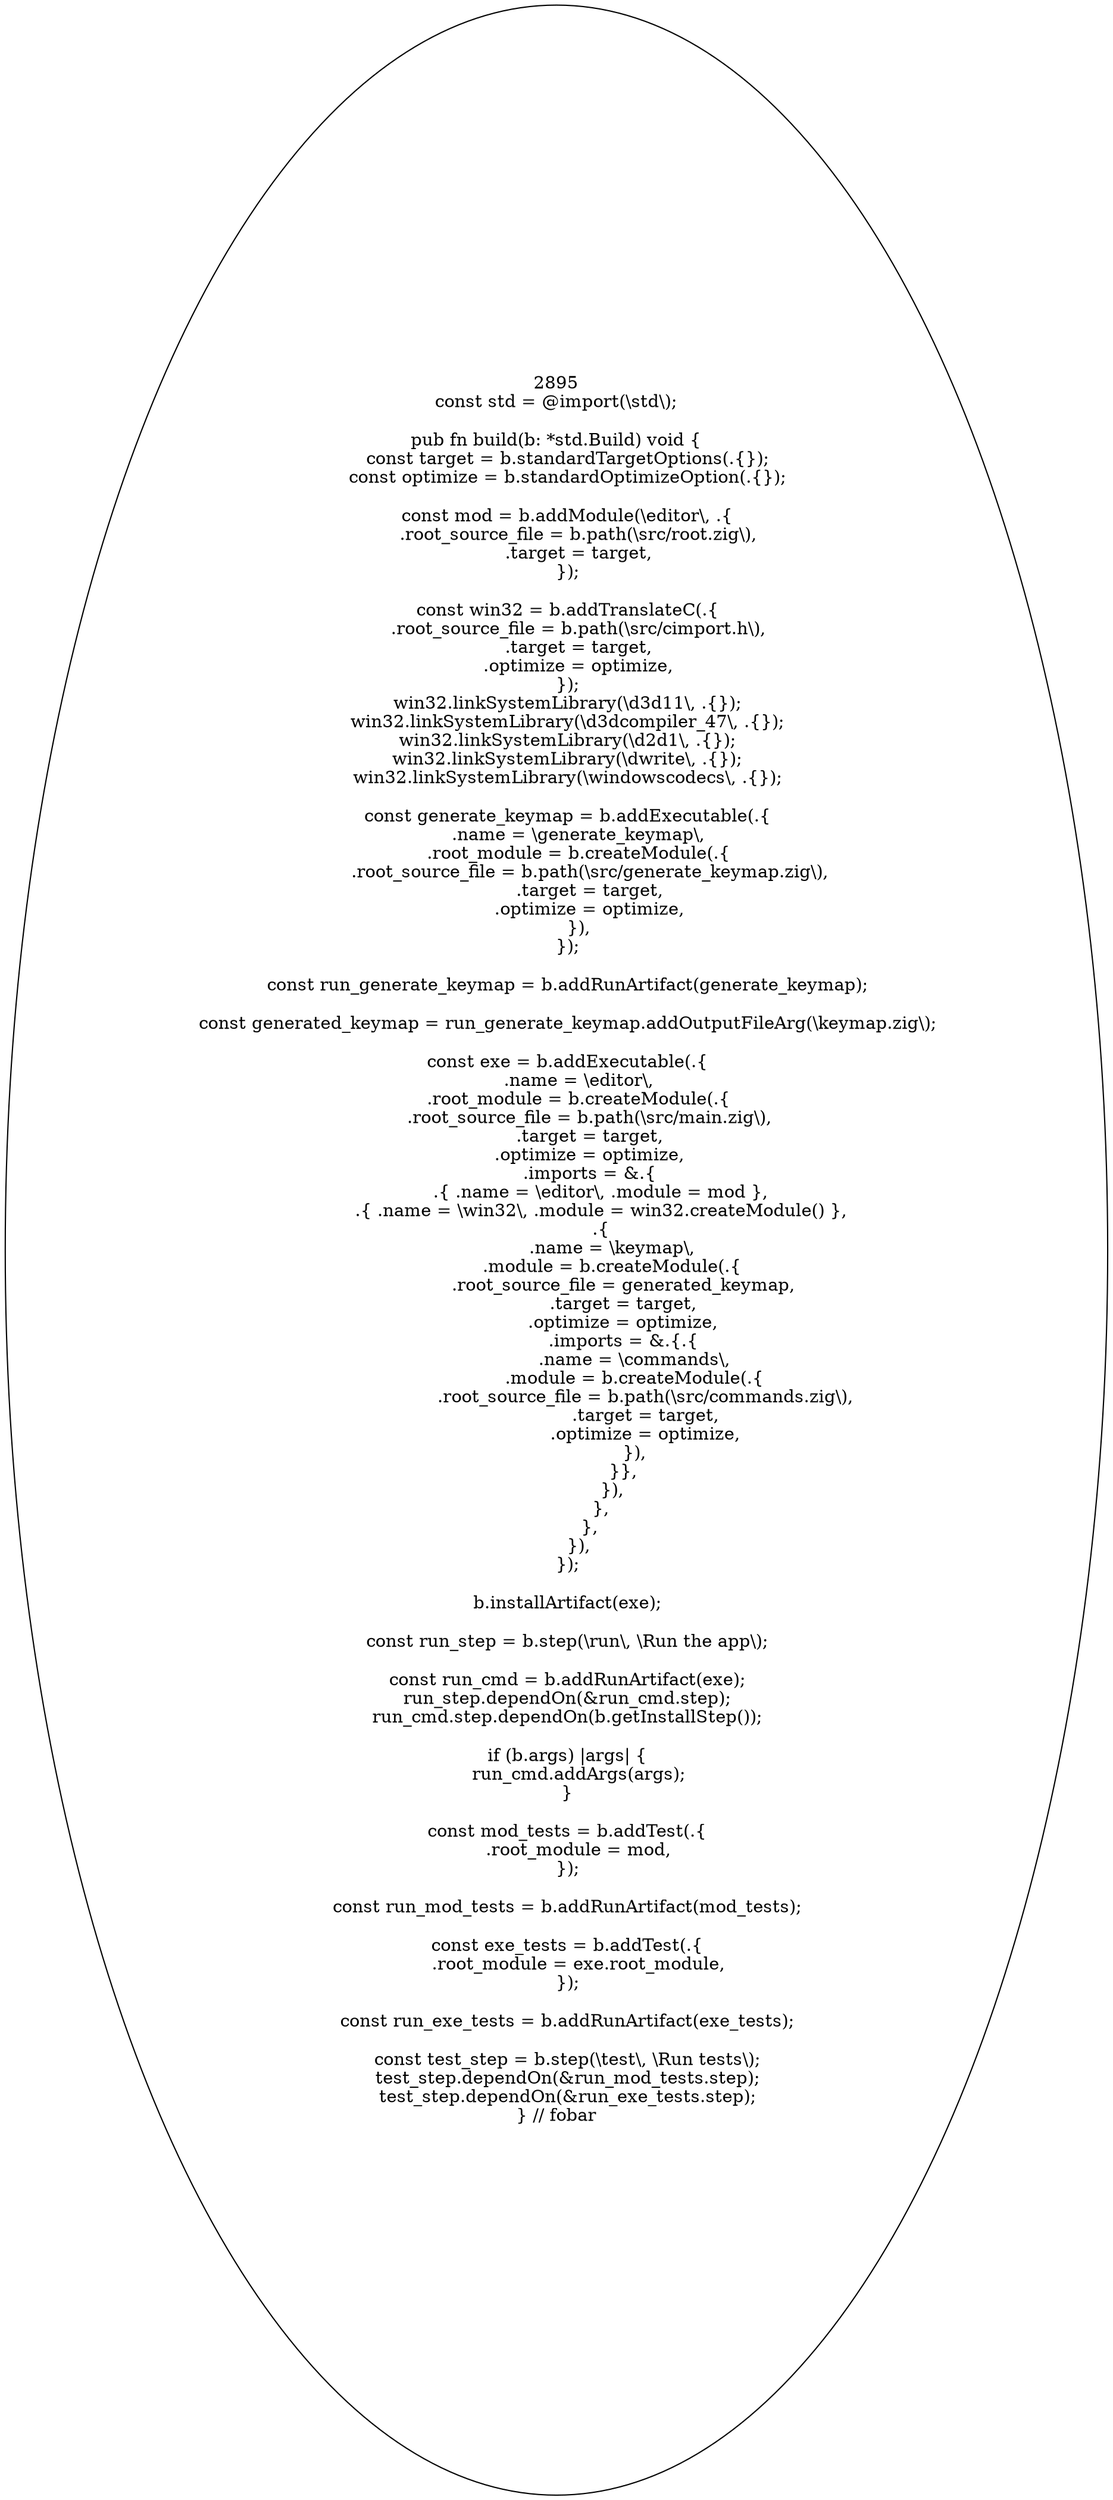
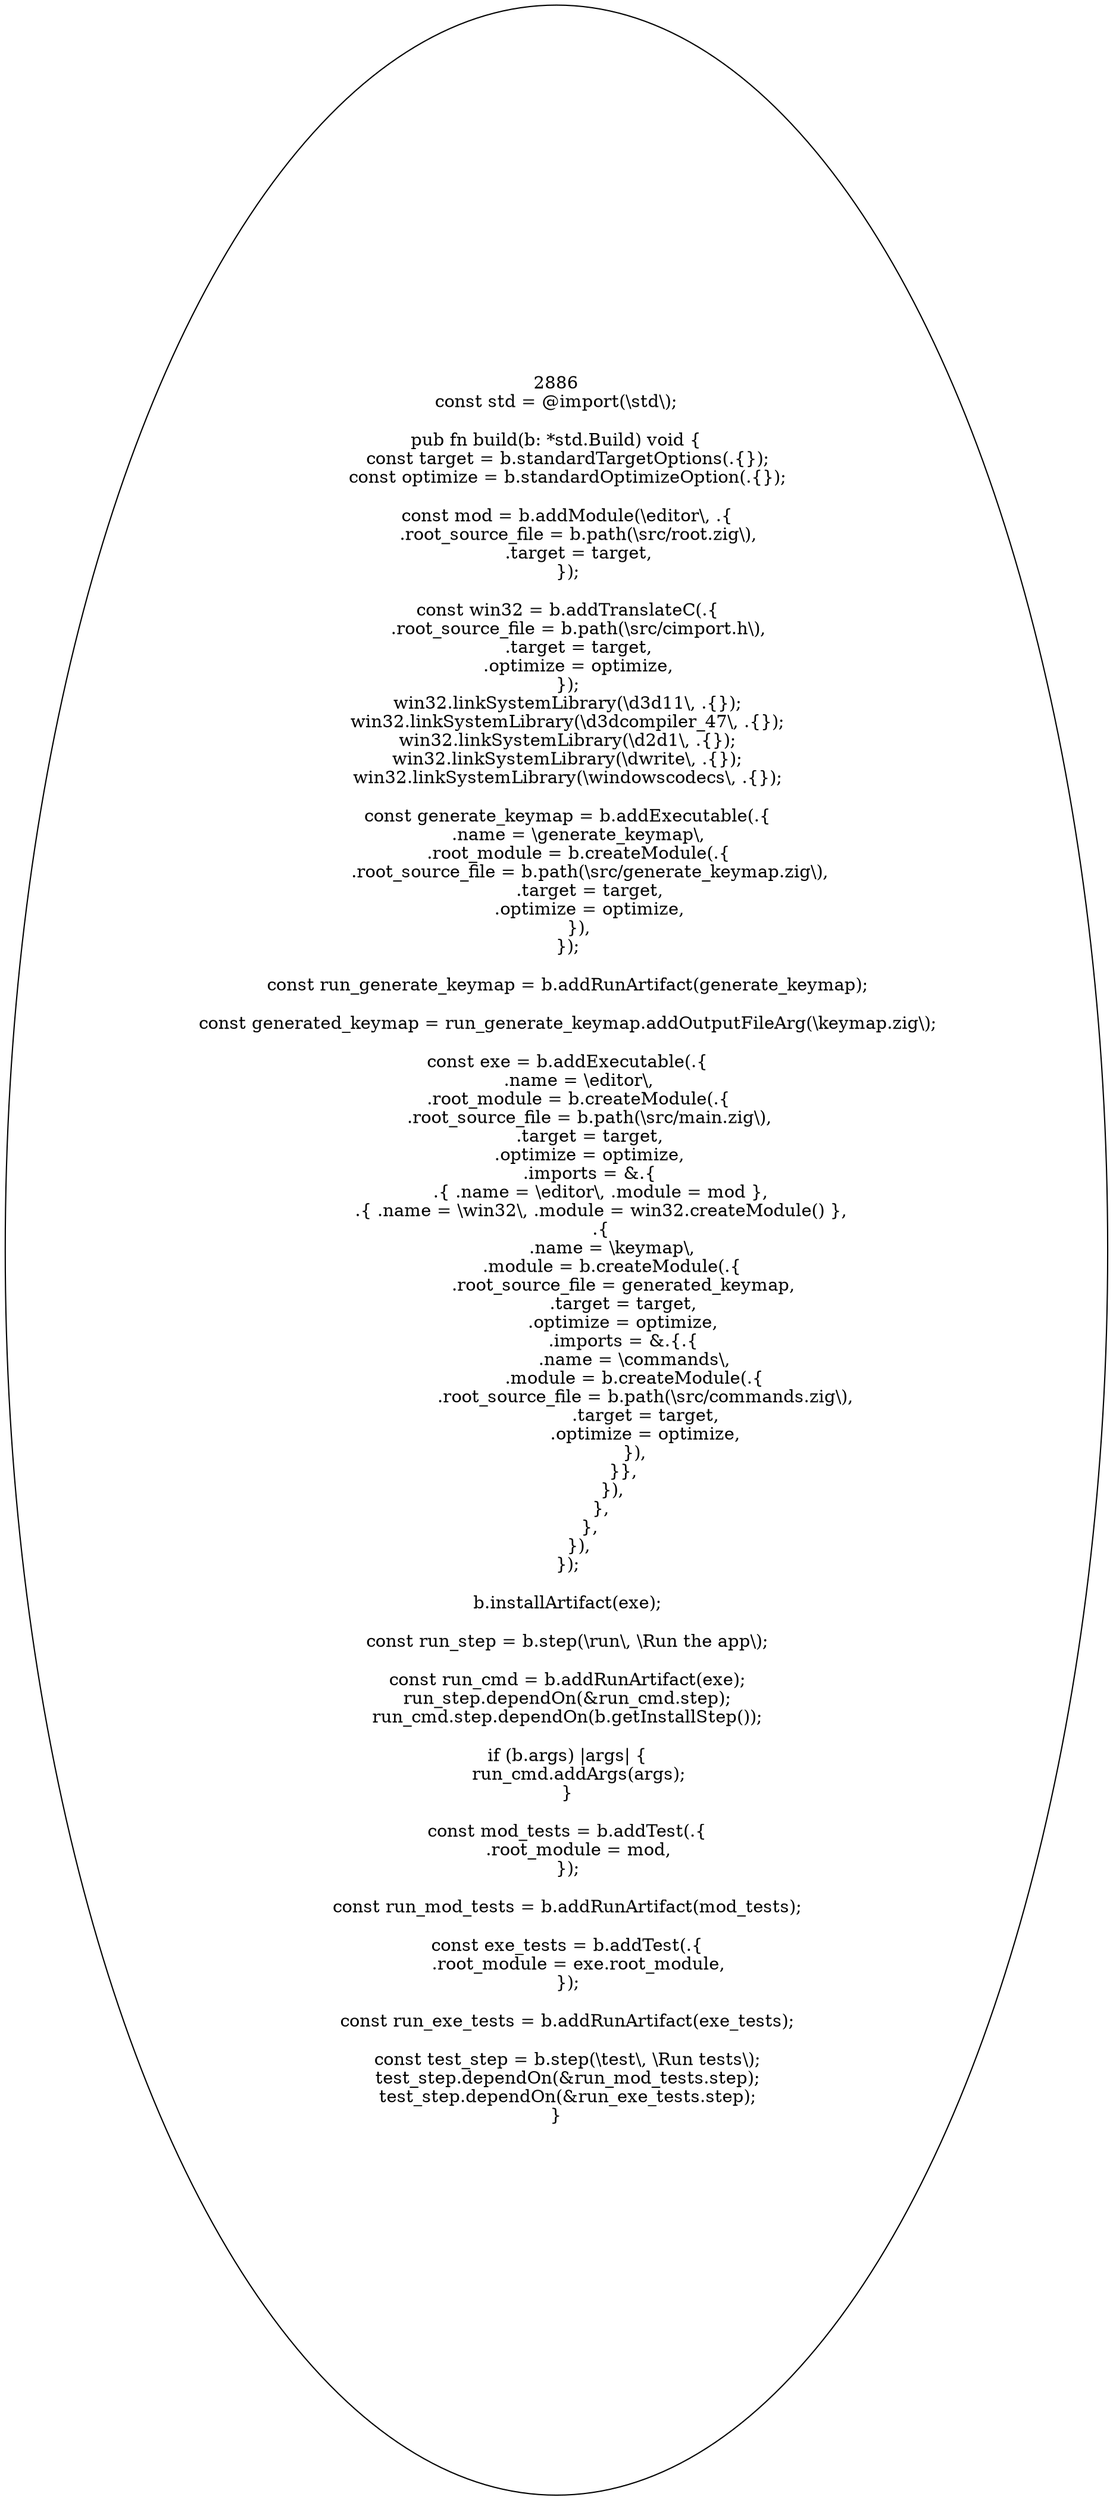
digraph {
- node0 [label="2895\nconst std = @import(\\std\\);\n\npub fn build(b: *std.Build) void {\n    const target = b.standardTargetOptions(.{});\n    const optimize = b.standardOptimizeOption(.{});\n\n    const mod = b.addModule(\\editor\\, .{\n        .root_source_file = b.path(\\src/root.zig\\),\n        .target = target,\n    });\n\n    const win32 = b.addTranslateC(.{\n        .root_source_file = b.path(\\src/cimport.h\\),\n        .target = target,\n        .optimize = optimize,\n    });\n    win32.linkSystemLibrary(\\d3d11\\, .{});\n    win32.linkSystemLibrary(\\d3dcompiler_47\\, .{});\n    win32.linkSystemLibrary(\\d2d1\\, .{});\n    win32.linkSystemLibrary(\\dwrite\\, .{});\n    win32.linkSystemLibrary(\\windowscodecs\\, .{});\n\n    const generate_keymap = b.addExecutable(.{\n        .name = \\generate_keymap\\,\n        .root_module = b.createModule(.{\n            .root_source_file = b.path(\\src/generate_keymap.zig\\),\n            .target = target,\n            .optimize = optimize,\n        }),\n    });\n\n    const run_generate_keymap = b.addRunArtifact(generate_keymap);\n\n    const generated_keymap = run_generate_keymap.addOutputFileArg(\\keymap.zig\\);\n\n    const exe = b.addExecutable(.{\n        .name = \\editor\\,\n        .root_module = b.createModule(.{\n            .root_source_file = b.path(\\src/main.zig\\),\n            .target = target,\n            .optimize = optimize,\n            .imports = &.{\n                .{ .name = \\editor\\, .module = mod },\n                .{ .name = \\win32\\, .module = win32.createModule() },\n                .{\n                    .name = \\keymap\\,\n                    .module = b.createModule(.{\n                        .root_source_file = generated_keymap,\n                        .target = target,\n                        .optimize = optimize,\n                        .imports = &.{.{\n                            .name = \\commands\\,\n                            .module = b.createModule(.{\n                                .root_source_file = b.path(\\src/commands.zig\\),\n                                .target = target,\n                                .optimize = optimize,\n                            }),\n                        }},\n                    }),\n                },\n            },\n        }),\n    });\n\n    b.installArtifact(exe);\n\n    const run_step = b.step(\\run\\, \\Run the app\\);\n\n    const run_cmd = b.addRunArtifact(exe);\n    run_step.dependOn(&run_cmd.step);\n    run_cmd.step.dependOn(b.getInstallStep());\n\n    if (b.args) |args| {\n        run_cmd.addArgs(args);\n    }\n\n    const mod_tests = b.addTest(.{\n        .root_module = mod,\n    });\n\n    const run_mod_tests = b.addRunArtifact(mod_tests);\n\n    const exe_tests = b.addTest(.{\n        .root_module = exe.root_module,\n    });\n\n    const run_exe_tests = b.addRunArtifact(exe_tests);\n\n    const test_step = b.step(\\test\\, \\Run tests\\);\n    test_step.dependOn(&run_mod_tests.step);\n    test_step.dependOn(&run_exe_tests.step);\n} // fobar\n"];
+ node0 [label="2886\nconst std = @import(\\std\\);\n\npub fn build(b: *std.Build) void {\n    const target = b.standardTargetOptions(.{});\n    const optimize = b.standardOptimizeOption(.{});\n\n    const mod = b.addModule(\\editor\\, .{\n        .root_source_file = b.path(\\src/root.zig\\),\n        .target = target,\n    });\n\n    const win32 = b.addTranslateC(.{\n        .root_source_file = b.path(\\src/cimport.h\\),\n        .target = target,\n        .optimize = optimize,\n    });\n    win32.linkSystemLibrary(\\d3d11\\, .{});\n    win32.linkSystemLibrary(\\d3dcompiler_47\\, .{});\n    win32.linkSystemLibrary(\\d2d1\\, .{});\n    win32.linkSystemLibrary(\\dwrite\\, .{});\n    win32.linkSystemLibrary(\\windowscodecs\\, .{});\n\n    const generate_keymap = b.addExecutable(.{\n        .name = \\generate_keymap\\,\n        .root_module = b.createModule(.{\n            .root_source_file = b.path(\\src/generate_keymap.zig\\),\n            .target = target,\n            .optimize = optimize,\n        }),\n    });\n\n    const run_generate_keymap = b.addRunArtifact(generate_keymap);\n\n    const generated_keymap = run_generate_keymap.addOutputFileArg(\\keymap.zig\\);\n\n    const exe = b.addExecutable(.{\n        .name = \\editor\\,\n        .root_module = b.createModule(.{\n            .root_source_file = b.path(\\src/main.zig\\),\n            .target = target,\n            .optimize = optimize,\n            .imports = &.{\n                .{ .name = \\editor\\, .module = mod },\n                .{ .name = \\win32\\, .module = win32.createModule() },\n                .{\n                    .name = \\keymap\\,\n                    .module = b.createModule(.{\n                        .root_source_file = generated_keymap,\n                        .target = target,\n                        .optimize = optimize,\n                        .imports = &.{.{\n                            .name = \\commands\\,\n                            .module = b.createModule(.{\n                                .root_source_file = b.path(\\src/commands.zig\\),\n                                .target = target,\n                                .optimize = optimize,\n                            }),\n                        }},\n                    }),\n                },\n            },\n        }),\n    });\n\n    b.installArtifact(exe);\n\n    const run_step = b.step(\\run\\, \\Run the app\\);\n\n    const run_cmd = b.addRunArtifact(exe);\n    run_step.dependOn(&run_cmd.step);\n    run_cmd.step.dependOn(b.getInstallStep());\n\n    if (b.args) |args| {\n        run_cmd.addArgs(args);\n    }\n\n    const mod_tests = b.addTest(.{\n        .root_module = mod,\n    });\n\n    const run_mod_tests = b.addRunArtifact(mod_tests);\n\n    const exe_tests = b.addTest(.{\n        .root_module = exe.root_module,\n    });\n\n    const run_exe_tests = b.addRunArtifact(exe_tests);\n\n    const test_step = b.step(\\test\\, \\Run tests\\);\n    test_step.dependOn(&run_mod_tests.step);\n    test_step.dependOn(&run_exe_tests.step);\n}\n"];
}
